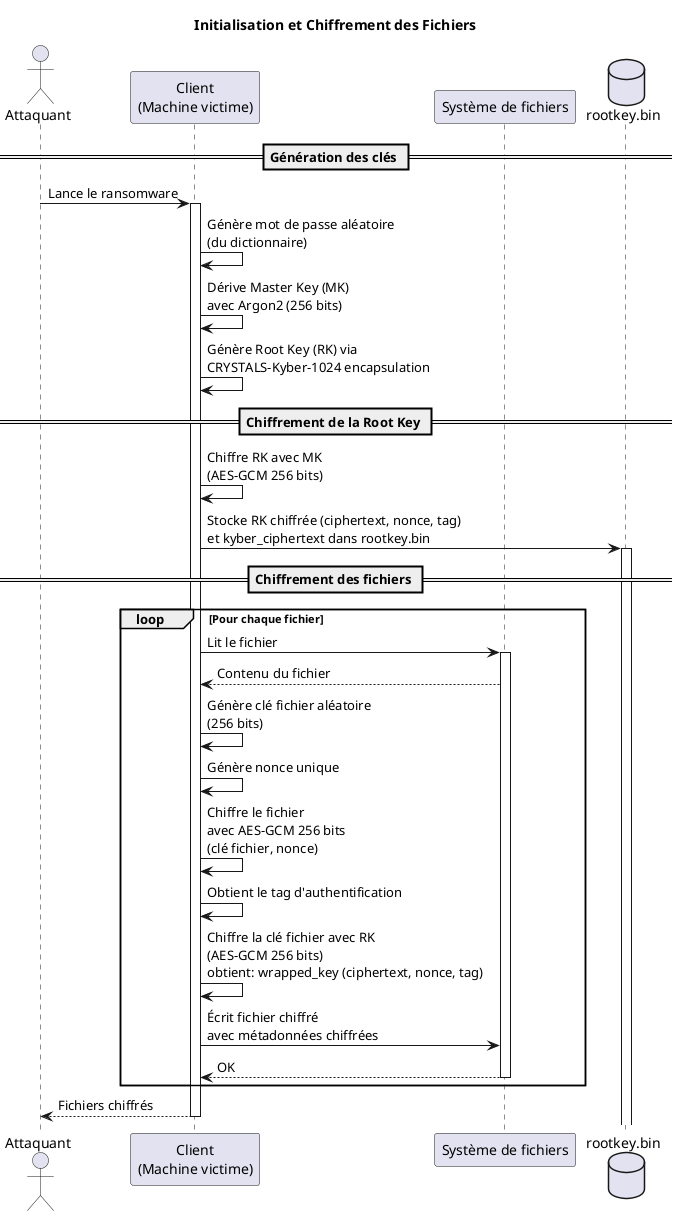
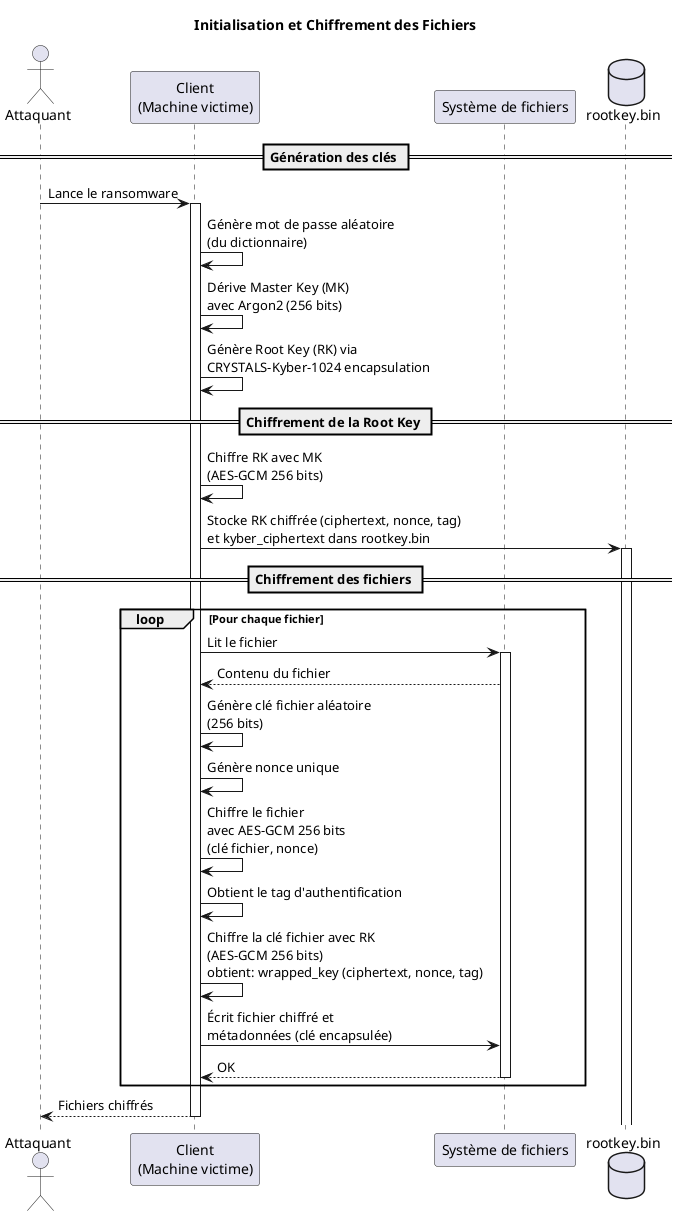
@startuml Ransomware Architecture - Initialisation et Chiffrement

title Initialisation et Chiffrement des Fichiers

actor Attaquant as attacker
participant "Client\n(Machine victime)" as client
participant "Système de fichiers" as fs
database "rootkey.bin" as rootkey

== Génération des clés ==
attacker -> client: Lance le ransomware
activate client

client -> client: Génère mot de passe aléatoire\n(du dictionnaire)
client -> client: Dérive Master Key (MK)\navec Argon2 (256 bits)
client -> client: Génère Root Key (RK) via\nCRYSTALS-Kyber-1024 encapsulation

== Chiffrement de la Root Key ==
client -> client: Chiffre RK avec MK\n(AES-GCM 256 bits)
client -> rootkey: Stocke RK chiffrée (ciphertext, nonce, tag)\net kyber_ciphertext dans rootkey.bin
activate rootkey

== Chiffrement des fichiers ==
loop Pour chaque fichier
    client -> fs: Lit le fichier
    activate fs
    fs --> client: Contenu du fichier

    client -> client: Génère clé fichier aléatoire\n(256 bits)
    client -> client: Génère nonce unique
    client -> client: Chiffre le fichier\navec AES-GCM 256 bits\n(clé fichier, nonce)

    client -> client: Obtient le tag d'authentification
    client -> client: Chiffre la clé fichier avec RK\n(AES-GCM 256 bits)\nobtient: wrapped_key (ciphertext, nonce, tag)

-     client -> fs: Écrit fichier chiffré\navec métadonnées chiffrées
+     client -> fs: Écrit fichier chiffré et\nmétadonnées (clé encapsulée)
    fs --> client: OK
    deactivate fs
end

client --> attacker: Fichiers chiffrés
deactivate client

@enduml
